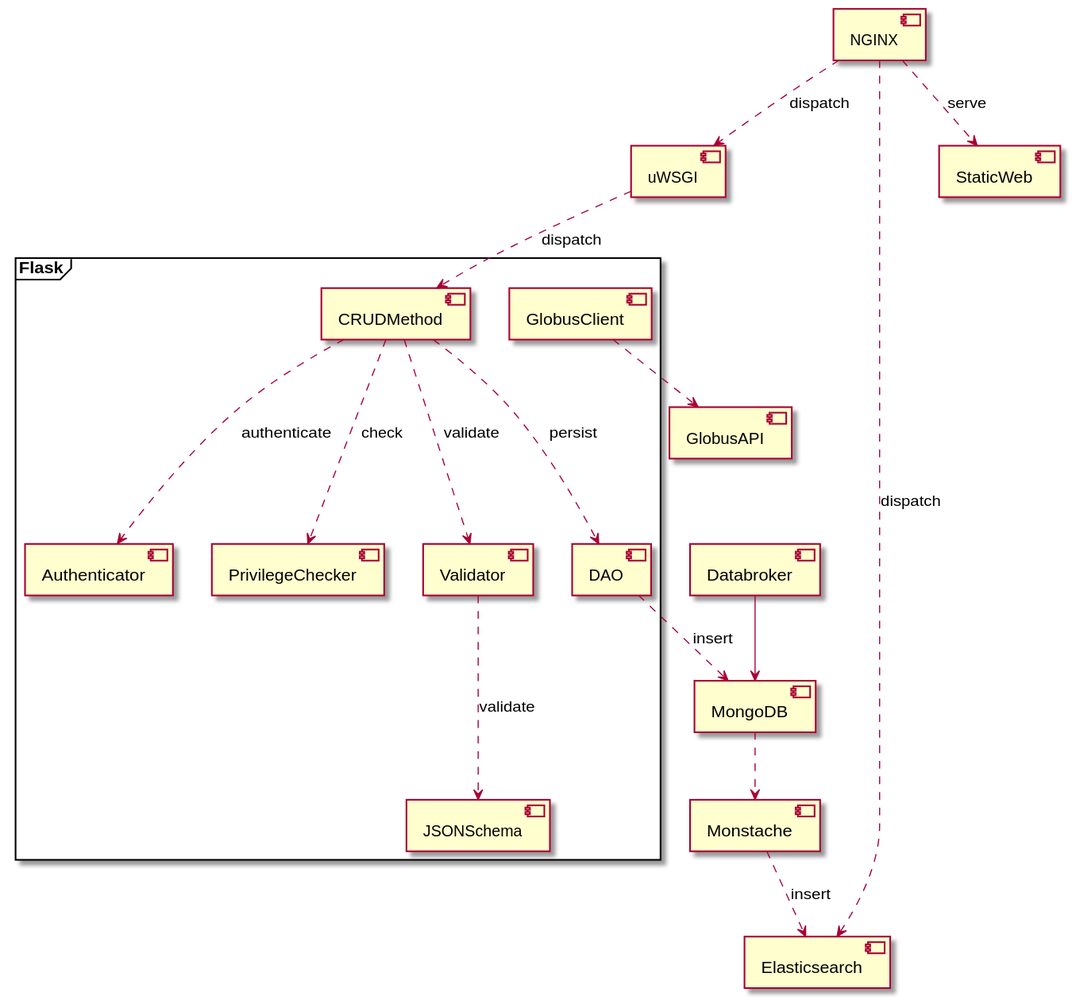
Before: out/diagrams/components/Splash_Components.svg, a diagram exported from PlantUML (thefearlesscoder/splash-doc). The source it was exported from:
```plantuml
@startuml Splash_Components
skinparam componentStyle uml2

frame "Flask"{
    [CRUDMethod] ..> [Authenticator]: authenticate
    [CRUDMethod] ..> [PrivilegeChecker] :check
    [CRUDMethod] ..> [Validator]: validate
    [Validator] ..> [JSONSchema]: validate
    [CRUDMethod] ..> [DAO]: persist

    [GlobusClient]
}
[GlobusClient] ..> [GlobusAPI]
[Databroker] --> [MongoDB]
[NGINX] ..> [uWSGI]: dispatch
[NGINX] ..> [StaticWeb]: serve
[uWSGI] ..> [CRUDMethod] : dispatch
[DAO] ..> [MongoDB] : insert
[MongoDB] ..> [Monstache]
[Monstache] ..> [Elasticsearch] : insert
[NGINX] ..> [Elasticsearch]: dispatch
@enduml
```
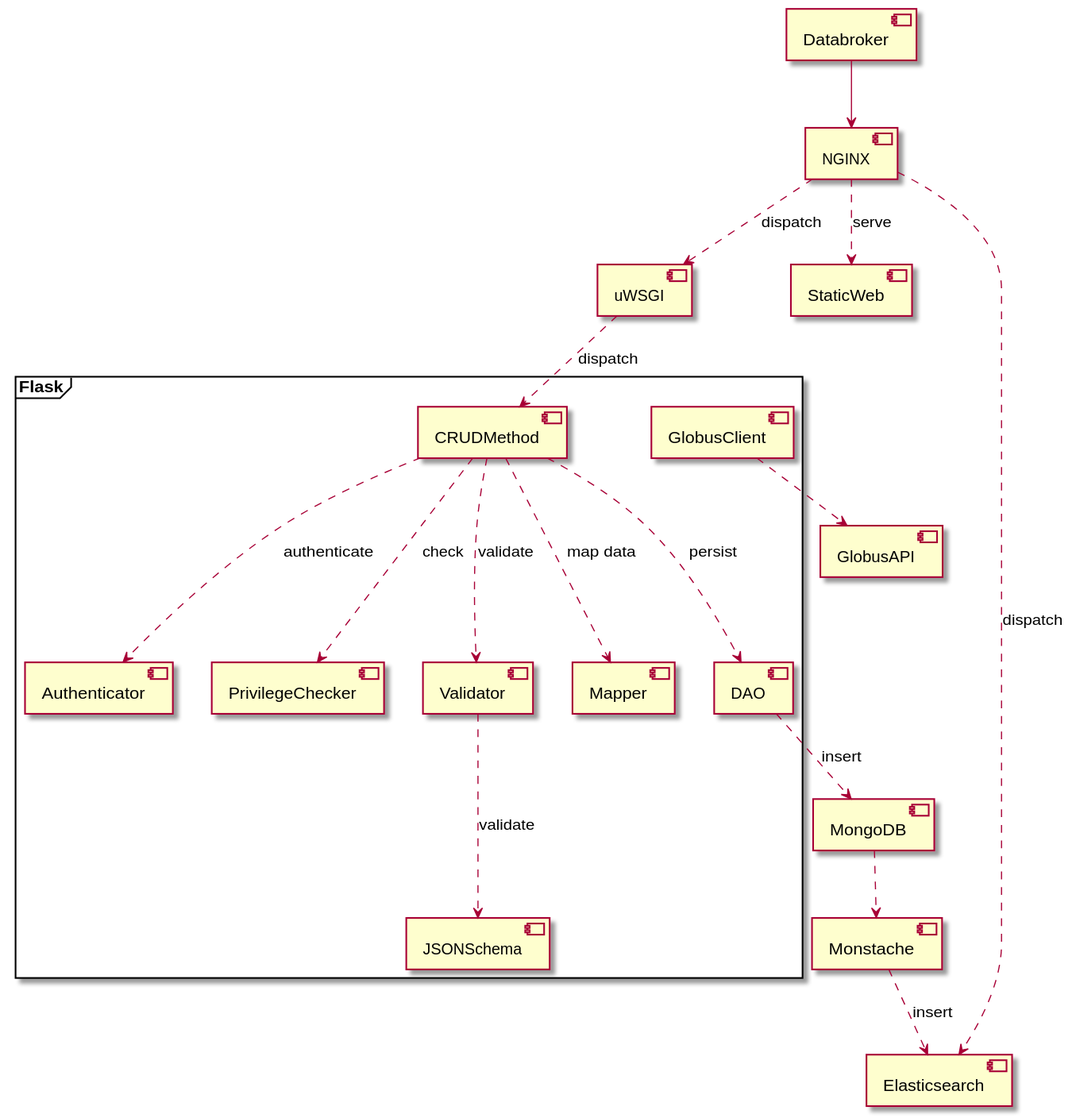
The same file after the commit.

Commit message:
Updated images and added sequence diagrams.

The edit, as a diff of the source:
```diff
@@ -5,13 +5,14 @@
     [CRUDMethod] ..> [Authenticator]: authenticate
     [CRUDMethod] ..> [PrivilegeChecker] :check
     [CRUDMethod] ..> [Validator]: validate
+    [CRUDMethod] ..> [Mapper]: map data
     [Validator] ..> [JSONSchema]: validate
     [CRUDMethod] ..> [DAO]: persist
 
     [GlobusClient]
 }
 [GlobusClient] ..> [GlobusAPI]
-[Databroker] --> [MongoDB]
+[Databroker] --> [NGINX]
 [NGINX] ..> [uWSGI]: dispatch
 [NGINX] ..> [StaticWeb]: serve
 [uWSGI] ..> [CRUDMethod] : dispatch
@@ -19,4 +20,5 @@
 [MongoDB] ..> [Monstache]
 [Monstache] ..> [Elasticsearch] : insert
 [NGINX] ..> [Elasticsearch]: dispatch
+
 @enduml
```
